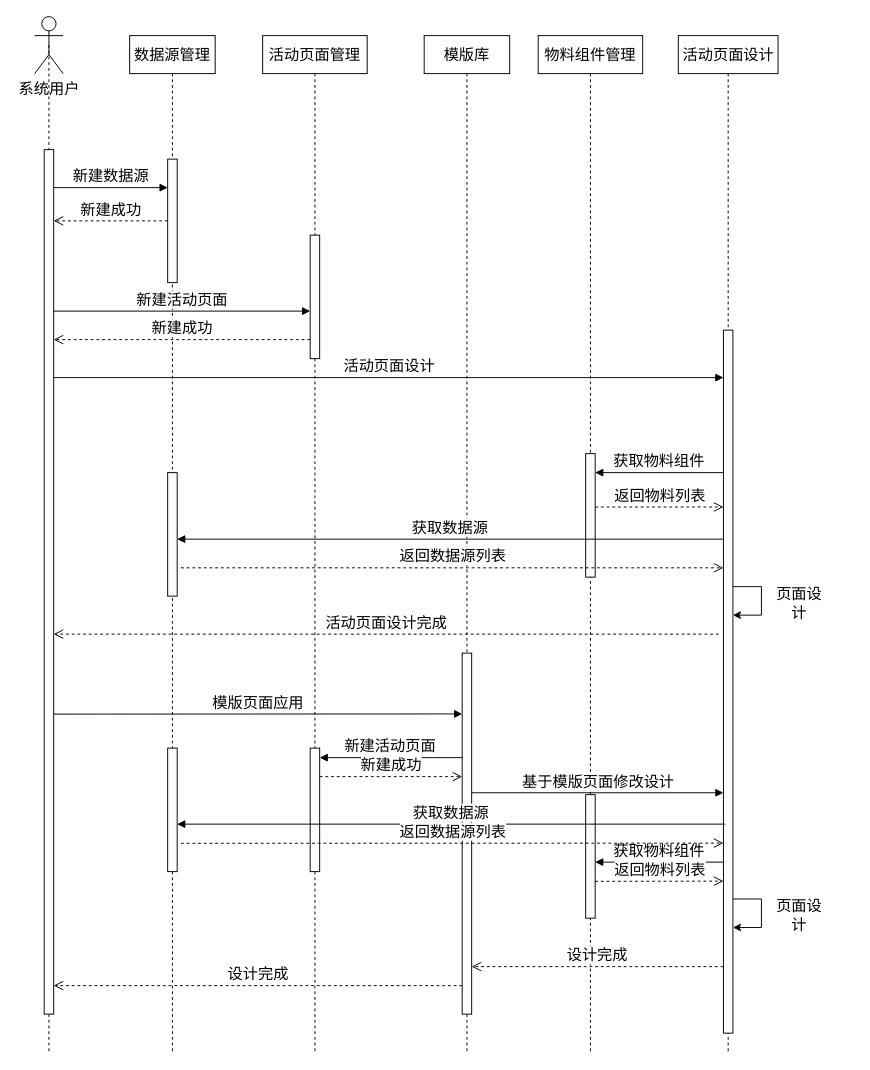
yuxinyu12345/diagrams keeps this draw.io diagram as 活动页面搭建时序图.drawio. Above is the earlier version. Source tidied: cells renumbered, new cells numbered last; positions are measured from the earlier drawing's top-left corner, leaving out a move shared by most shapes. Both pictures are drawn from the tidied source at 95%, with x=0, y=0 at pixel (34, 16).
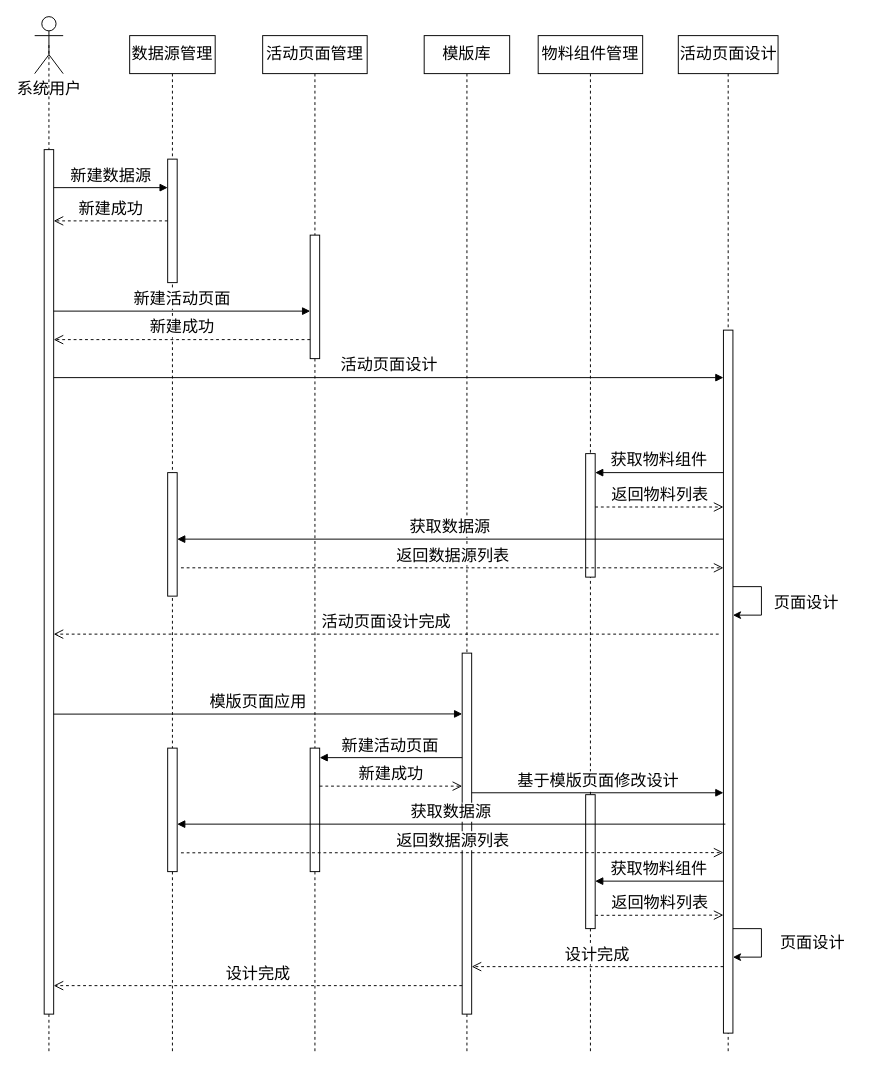
After the change.

Commit message (it also covers changes not shown here):
更新活动页面搭建时序图.drawio

The edit, as a diff of the source:
```diff
@@
-    <mxCell id="2" style="edgeStyle=orthogonalEdgeStyle;rounded=0;jettySize=auto;html=1;exitX=0.5;exitY=0.5;exitDx=0;exitDy=0;exitPerimeter=0;dashed=1;endArrow=none;endFill=0;fontSize=16;" parent="1" edge="1" source="3">
+    <mxCell id="2" style="edgeStyle=orthogonalEdgeStyle;rounded=0;jettySize=auto;html=1;exitX=0.5;exitY=0.5;exitDx=0;exitDy=0;exitPerimeter=0;dashed=1;endArrow=none;endFill=0;fontSize=17;" parent="1" edge="1" source="3">
       <mxGeometry relative="1" as="geometry">
         <mxPoint x="15" y="1090" as="targetPoint" />
       </mxGeometry>
     </mxCell>
-    <mxCell id="3" value="系统用户" style="shape=umlActor;verticalLabelPosition=bottom;verticalAlign=top;html=1;outlineConnect=0;fontSize=16;" parent="1" vertex="1">
+    <mxCell id="3" value="系统用户" style="shape=umlActor;verticalLabelPosition=bottom;verticalAlign=top;html=1;outlineConnect=0;fontSize=17;" parent="1" vertex="1">
       <mxGeometry width="30" height="60" as="geometry" />
     </mxCell>
-    <mxCell id="4" style="edgeStyle=orthogonalEdgeStyle;rounded=0;jettySize=auto;html=1;exitX=0.5;exitY=1;exitDx=0;exitDy=0;dashed=1;endArrow=none;endFill=0;fontSize=16;" parent="1" edge="1" source="5">
+    <mxCell id="4" style="edgeStyle=orthogonalEdgeStyle;rounded=0;jettySize=auto;html=1;exitX=0.5;exitY=1;exitDx=0;exitDy=0;dashed=1;endArrow=none;endFill=0;fontSize=17;" parent="1" edge="1" source="5">
       <mxGeometry relative="1" as="geometry">
         <mxPoint x="585" y="1090" as="targetPoint" />
       </mxGeometry>
     </mxCell>
-    <mxCell id="5" value="物料组件管理" style="rounded=0;whiteSpace=wrap;html=1;fontSize=16;" parent="1" vertex="1">
+    <mxCell id="5" value="物料组件管理" style="rounded=0;whiteSpace=wrap;html=1;fontSize=17;" parent="1" vertex="1">
       <mxGeometry x="530" y="20" width="110" height="40" as="geometry" />
     </mxCell>
-    <mxCell id="6" style="edgeStyle=orthogonalEdgeStyle;rounded=0;jettySize=auto;html=1;exitX=0.5;exitY=1;exitDx=0;exitDy=0;dashed=1;endArrow=none;endFill=0;fontSize=16;" parent="1" edge="1" source="7">
+    <mxCell id="6" style="edgeStyle=orthogonalEdgeStyle;rounded=0;jettySize=auto;html=1;exitX=0.5;exitY=1;exitDx=0;exitDy=0;dashed=1;endArrow=none;endFill=0;fontSize=17;" parent="1" edge="1" source="7">
       <mxGeometry relative="1" as="geometry">
         <mxPoint x="145" y="1090" as="targetPoint" />
       </mxGeometry>
     </mxCell>
-    <mxCell id="7" value="数据源管理" style="rounded=0;whiteSpace=wrap;html=1;fontSize=16;" parent="1" vertex="1">
+    <mxCell id="7" value="数据源管理" style="rounded=0;whiteSpace=wrap;html=1;fontSize=17;" parent="1" vertex="1">
       <mxGeometry x="100" y="20" width="90" height="40" as="geometry" />
     </mxCell>
-    <mxCell id="8" style="edgeStyle=orthogonalEdgeStyle;rounded=0;jettySize=auto;html=1;exitX=0.5;exitY=1;exitDx=0;exitDy=0;dashed=1;endArrow=none;endFill=0;fontSize=16;" parent="1" edge="1" source="9">
+    <mxCell id="8" style="edgeStyle=orthogonalEdgeStyle;rounded=0;jettySize=auto;html=1;exitX=0.5;exitY=1;exitDx=0;exitDy=0;dashed=1;endArrow=none;endFill=0;fontSize=17;" parent="1" edge="1" source="9">
       <mxGeometry relative="1" as="geometry">
         <mxPoint x="295" y="1090" as="targetPoint" />
       </mxGeometry>
     </mxCell>
-    <mxCell id="9" value="活动页面管理" style="rounded=0;whiteSpace=wrap;html=1;fontSize=16;" parent="1" vertex="1">
+    <mxCell id="9" value="活动页面管理" style="rounded=0;whiteSpace=wrap;html=1;fontSize=17;" parent="1" vertex="1">
       <mxGeometry x="240" y="20" width="110" height="40" as="geometry" />
     </mxCell>
-    <mxCell id="10" style="edgeStyle=orthogonalEdgeStyle;rounded=0;jettySize=auto;html=1;exitX=0.5;exitY=1;exitDx=0;exitDy=0;dashed=1;endArrow=none;endFill=0;fontSize=16;" parent="1" edge="1" source="11">
+    <mxCell id="10" style="edgeStyle=orthogonalEdgeStyle;rounded=0;jettySize=auto;html=1;exitX=0.5;exitY=1;exitDx=0;exitDy=0;dashed=1;endArrow=none;endFill=0;fontSize=17;" parent="1" edge="1" source="11">
       <mxGeometry relative="1" as="geometry">
         <mxPoint x="730" y="1090" as="targetPoint" />
       </mxGeometry>
     </mxCell>
-    <mxCell id="11" value="活动页面设计" style="rounded=0;whiteSpace=wrap;html=1;fontSize=16;" parent="1" vertex="1">
+    <mxCell id="11" value="活动页面设计" style="rounded=0;whiteSpace=wrap;html=1;fontSize=17;" parent="1" vertex="1">
       <mxGeometry x="677.5" y="20" width="105" height="40" as="geometry" />
     </mxCell>
-    <mxCell id="12" style="html=1;points=[[0,0,0,0,5],[0,1,0,0,-5],[1,0,0,0,5],[1,1,0,0,-5]];perimeter=orthogonalPerimeter;outlineConnect=0;targetShapes=umlLifeline;portConstraint=eastwest;newEdgeStyle={&quot;curved&quot;:0,&quot;rounded&quot;:0};fontSize=16;" parent="1" vertex="1">
+    <mxCell id="12" style="html=1;points=[[0,0,0,0,5],[0,1,0,0,-5],[1,0,0,0,5],[1,1,0,0,-5]];perimeter=orthogonalPerimeter;outlineConnect=0;targetShapes=umlLifeline;portConstraint=eastwest;newEdgeStyle={&quot;curved&quot;:0,&quot;rounded&quot;:0};fontSize=17;" parent="1" vertex="1">
       <mxGeometry x="10" y="140" width="10" height="910" as="geometry" />
     </mxCell>
-    <mxCell id="13" style="html=1;points=[[0,0,0,0,5],[0,1,0,0,-5],[1,0,0,0,5],[1,1,0,0,-5]];perimeter=orthogonalPerimeter;outlineConnect=0;targetShapes=umlLifeline;portConstraint=eastwest;newEdgeStyle={&quot;curved&quot;:0,&quot;rounded&quot;:0};fontSize=16;" parent="1" vertex="1">
+    <mxCell id="13" style="html=1;points=[[0,0,0,0,5],[0,1,0,0,-5],[1,0,0,0,5],[1,1,0,0,-5]];perimeter=orthogonalPerimeter;outlineConnect=0;targetShapes=umlLifeline;portConstraint=eastwest;newEdgeStyle={&quot;curved&quot;:0,&quot;rounded&quot;:0};fontSize=17;" parent="1" vertex="1">
       <mxGeometry x="140" y="150" width="10" height="130" as="geometry" />
     </mxCell>
-    <mxCell id="14" value="新建数据源" style="html=1;verticalAlign=bottom;endArrow=block;curved=0;rounded=0;fontSize=16;" parent="1" edge="1" target="13">
+    <mxCell id="14" value="新建数据源" style="html=1;verticalAlign=bottom;endArrow=block;curved=0;rounded=0;fontSize=17;" parent="1" edge="1" target="13">
       <mxGeometry relative="1" as="geometry">
         <mxPoint x="20" y="180" as="sourcePoint" />
       </mxGeometry>
     </mxCell>
-    <mxCell id="15" value="新建成功" style="html=1;verticalAlign=bottom;endArrow=open;dashed=1;endSize=8;curved=0;rounded=0;fontSize=16;" parent="1" edge="1" source="13" target="12">
+    <mxCell id="15" value="新建成功" style="html=1;verticalAlign=bottom;endArrow=open;dashed=1;endSize=8;curved=0;rounded=0;fontSize=17;" parent="1" edge="1" source="13" target="12">
       <mxGeometry relative="1" as="geometry" />
     </mxCell>
-    <mxCell id="16" style="edgeStyle=orthogonalEdgeStyle;rounded=0;jettySize=auto;html=1;exitX=0.5;exitY=1;exitDx=0;exitDy=0;dashed=1;endArrow=none;endFill=0;fontSize=16;" parent="1" edge="1" source="17">
+    <mxCell id="16" style="edgeStyle=orthogonalEdgeStyle;rounded=0;jettySize=auto;html=1;exitX=0.5;exitY=1;exitDx=0;exitDy=0;dashed=1;endArrow=none;endFill=0;fontSize=17;" parent="1" edge="1" source="17">
       <mxGeometry relative="1" as="geometry">
         <mxPoint x="455" y="1090" as="targetPoint" />
       </mxGeometry>
     </mxCell>
-    <mxCell id="17" value="模版库" style="rounded=0;whiteSpace=wrap;html=1;fontSize=16;" parent="1" vertex="1">
+    <mxCell id="17" value="模版库" style="rounded=0;whiteSpace=wrap;html=1;fontSize=17;" parent="1" vertex="1">
       <mxGeometry x="410" y="20" width="90" height="40" as="geometry" />
     </mxCell>
-    <mxCell id="18" style="html=1;points=[[0,0,0,0,5],[0,1,0,0,-5],[1,0,0,0,5],[1,1,0,0,-5]];perimeter=orthogonalPerimeter;outlineConnect=0;targetShapes=umlLifeline;portConstraint=eastwest;newEdgeStyle={&quot;curved&quot;:0,&quot;rounded&quot;:0};fontSize=16;" parent="1" vertex="1">
+    <mxCell id="18" style="html=1;points=[[0,0,0,0,5],[0,1,0,0,-5],[1,0,0,0,5],[1,1,0,0,-5]];perimeter=orthogonalPerimeter;outlineConnect=0;targetShapes=umlLifeline;portConstraint=eastwest;newEdgeStyle={&quot;curved&quot;:0,&quot;rounded&quot;:0};fontSize=17;" parent="1" vertex="1">
       <mxGeometry x="290" y="230" width="10" height="130" as="geometry" />
     </mxCell>
-    <mxCell id="19" value="新建活动页面" style="html=1;verticalAlign=bottom;endArrow=block;curved=0;rounded=0;fontSize=16;" parent="1" edge="1" target="18">
+    <mxCell id="19" value="新建活动页面" style="html=1;verticalAlign=bottom;endArrow=block;curved=0;rounded=0;fontSize=17;" parent="1" edge="1" target="18">
       <mxGeometry relative="1" as="geometry">
         <mxPoint x="20" y="310" as="sourcePoint" />
       </mxGeometry>
     </mxCell>
-    <mxCell id="20" value="新建成功" style="html=1;verticalAlign=bottom;endArrow=open;dashed=1;endSize=8;curved=0;rounded=0;fontSize=16;" parent="1" edge="1" source="18">
+    <mxCell id="20" value="新建成功" style="html=1;verticalAlign=bottom;endArrow=open;dashed=1;endSize=8;curved=0;rounded=0;fontSize=17;" parent="1" edge="1" source="18">
       <mxGeometry relative="1" as="geometry">
         <mxPoint x="20" y="340" as="targetPoint" />
       </mxGeometry>
     </mxCell>
-    <mxCell id="21" style="html=1;points=[[0,0,0,0,5],[0,1,0,0,-5],[1,0,0,0,5],[1,1,0,0,-5]];perimeter=orthogonalPerimeter;outlineConnect=0;targetShapes=umlLifeline;portConstraint=eastwest;newEdgeStyle={&quot;curved&quot;:0,&quot;rounded&quot;:0};fontSize=16;" parent="1" vertex="1">
+    <mxCell id="21" style="html=1;points=[[0,0,0,0,5],[0,1,0,0,-5],[1,0,0,0,5],[1,1,0,0,-5]];perimeter=orthogonalPerimeter;outlineConnect=0;targetShapes=umlLifeline;portConstraint=eastwest;newEdgeStyle={&quot;curved&quot;:0,&quot;rounded&quot;:0};fontSize=17;" parent="1" vertex="1">
       <mxGeometry x="725" y="330" width="10" height="740" as="geometry" />
     </mxCell>
-    <mxCell id="22" value="活动页面设计" style="html=1;verticalAlign=bottom;endArrow=block;curved=0;rounded=0;fontSize=16;" parent="1" edge="1" target="21">
+    <mxCell id="22" value="活动页面设计" style="html=1;verticalAlign=bottom;endArrow=block;curved=0;rounded=0;fontSize=17;" parent="1" edge="1" target="21">
       <mxGeometry relative="1" as="geometry">
         <mxPoint x="20" y="380" as="sourcePoint" />
       </mxGeometry>
     </mxCell>
-    <mxCell id="23" style="html=1;points=[[0,0,0,0,5],[0,1,0,0,-5],[1,0,0,0,5],[1,1,0,0,-5]];perimeter=orthogonalPerimeter;outlineConnect=0;targetShapes=umlLifeline;portConstraint=eastwest;newEdgeStyle={&quot;curved&quot;:0,&quot;rounded&quot;:0};fontSize=16;" parent="1" vertex="1">
+    <mxCell id="23" style="html=1;points=[[0,0,0,0,5],[0,1,0,0,-5],[1,0,0,0,5],[1,1,0,0,-5]];perimeter=orthogonalPerimeter;outlineConnect=0;targetShapes=umlLifeline;portConstraint=eastwest;newEdgeStyle={&quot;curved&quot;:0,&quot;rounded&quot;:0};fontSize=17;" parent="1" vertex="1">
       <mxGeometry x="140" y="480" width="10" height="130" as="geometry" />
     </mxCell>
-    <mxCell id="24" style="html=1;perimeter=orthogonalPerimeter;targetShapes=umlLifeline;newEdgeStyle={&quot;curved&quot;:0,&quot;rounded&quot;:0};fontSize=16;" parent="1" vertex="1">
+    <mxCell id="24" style="html=1;perimeter=orthogonalPerimeter;targetShapes=umlLifeline;newEdgeStyle={&quot;curved&quot;:0,&quot;rounded&quot;:0};fontSize=17;" parent="1" vertex="1">
       <mxGeometry x="580" y="460" width="10" height="130" as="geometry" />
     </mxCell>
-    <mxCell id="25" value="获取物料组件" style="html=1;verticalAlign=bottom;endArrow=block;curved=0;rounded=0;fontSize=16;" parent="1" edge="1">
+    <mxCell id="25" value="获取物料组件" style="html=1;verticalAlign=bottom;endArrow=block;curved=0;rounded=0;fontSize=17;" parent="1" edge="1">
       <mxGeometry relative="1" as="geometry">
         <mxPoint x="725" y="480" as="sourcePoint" />
         <mxPoint x="590" y="480" as="targetPoint" />
       </mxGeometry>
     </mxCell>
-    <mxCell id="26" value="获取数据源" style="html=1;verticalAlign=bottom;endArrow=block;curved=0;rounded=0;fontSize=16;" parent="1" edge="1" target="23">
+    <mxCell id="26" value="获取数据源" style="html=1;verticalAlign=bottom;endArrow=block;curved=0;rounded=0;fontSize=17;" parent="1" edge="1" target="23">
       <mxGeometry relative="1" as="geometry">
         <mxPoint x="725" y="550" as="sourcePoint" />
       </mxGeometry>
     </mxCell>
-    <mxCell id="27" value="返回物料列表" style="html=1;verticalAlign=bottom;endArrow=open;dashed=1;endSize=8;curved=0;rounded=0;fontSize=16;" parent="1" edge="1" target="21">
+    <mxCell id="27" value="返回物料列表" style="html=1;verticalAlign=bottom;endArrow=open;dashed=1;endSize=8;curved=0;rounded=0;fontSize=17;" parent="1" edge="1" target="21">
       <mxGeometry relative="1" as="geometry">
         <mxPoint x="590" y="516.2" as="sourcePoint" />
       </mxGeometry>
     </mxCell>
-    <mxCell id="28" value="返回数据源列表" style="html=1;verticalAlign=bottom;endArrow=open;dashed=1;endSize=8;curved=0;rounded=0;fontSize=16;" parent="1" edge="1" target="21">
+    <mxCell id="28" value="返回数据源列表" style="html=1;verticalAlign=bottom;endArrow=open;dashed=1;endSize=8;curved=0;rounded=0;fontSize=17;" parent="1" edge="1" target="21">
       <mxGeometry relative="1" as="geometry">
         <mxPoint x="154" y="580.2" as="sourcePoint" />
       </mxGeometry>
     </mxCell>
-    <mxCell id="29" style="endArrow=classic;html=1;rounded=0;fontSize=16;" parent="1" edge="1">
+    <mxCell id="29" style="endArrow=classic;html=1;rounded=0;fontSize=17;" parent="1" edge="1">
       <mxGeometry relative="1" as="geometry">
         <mxPoint x="735" y="600" as="sourcePoint" />
         <mxPoint x="735" y="630" as="targetPoint" />
         <Array as="points">
           <mxPoint x="765" y="600" />
           <mxPoint x="765" y="630" />
           <mxPoint x="735" y="630" />
         </Array>
       </mxGeometry>
     </mxCell>
-    <mxCell id="30" value="页面设计" style="text;html=1;align=center;verticalAlign=middle;whiteSpace=wrap;rounded=0;fontSize=16;" parent="1" vertex="1">
-      <mxGeometry x="775" y="602.5" width="60" height="30" as="geometry" />
+    <mxCell id="30" value="页面设计" style="text;html=1;align=center;verticalAlign=middle;whiteSpace=wrap;rounded=0;fontSize=17;" parent="1" vertex="1">
+      <mxGeometry x="775" y="602.5" width="75" height="30" as="geometry" />
     </mxCell>
-    <mxCell id="31" value="活动页面设计完成" style="html=1;verticalAlign=bottom;endArrow=open;dashed=1;endSize=8;curved=0;rounded=0;fontSize=16;" parent="1" edge="1">
+    <mxCell id="31" value="活动页面设计完成" style="html=1;verticalAlign=bottom;endArrow=open;dashed=1;endSize=8;curved=0;rounded=0;fontSize=17;" parent="1" edge="1">
       <mxGeometry relative="1" as="geometry">
         <mxPoint x="720" y="650" as="sourcePoint" />
         <mxPoint x="20" y="650" as="targetPoint" />
       </mxGeometry>
     </mxCell>
-    <mxCell id="32" style="html=1;points=[[0,0,0,0,5],[0,1,0,0,-5],[1,0,0,0,5],[1,1,0,0,-5]];perimeter=orthogonalPerimeter;outlineConnect=0;targetShapes=umlLifeline;portConstraint=eastwest;newEdgeStyle={&quot;curved&quot;:0,&quot;rounded&quot;:0};fontSize=16;" parent="1" vertex="1">
+    <mxCell id="32" style="html=1;points=[[0,0,0,0,5],[0,1,0,0,-5],[1,0,0,0,5],[1,1,0,0,-5]];perimeter=orthogonalPerimeter;outlineConnect=0;targetShapes=umlLifeline;portConstraint=eastwest;newEdgeStyle={&quot;curved&quot;:0,&quot;rounded&quot;:0};fontSize=17;" parent="1" vertex="1">
       <mxGeometry x="450" y="670" width="10" height="380" as="geometry" />
     </mxCell>
-    <mxCell id="33" value="模版页面应用" style="html=1;verticalAlign=bottom;endArrow=block;curved=0;rounded=0;fontSize=16;" parent="1" edge="1">
+    <mxCell id="33" value="模版页面应用" style="html=1;verticalAlign=bottom;endArrow=block;curved=0;rounded=0;fontSize=17;" parent="1" edge="1">
       <mxGeometry relative="1" as="geometry">
         <mxPoint x="20" y="734.2" as="sourcePoint" />
         <mxPoint x="450" y="734" as="targetPoint" />
       </mxGeometry>
     </mxCell>
-    <mxCell id="34" style="html=1;perimeter=orthogonalPerimeter;targetShapes=umlLifeline;newEdgeStyle={&quot;curved&quot;:0,&quot;rounded&quot;:0};fontSize=16;" parent="1" vertex="1">
+    <mxCell id="34" style="html=1;perimeter=orthogonalPerimeter;targetShapes=umlLifeline;newEdgeStyle={&quot;curved&quot;:0,&quot;rounded&quot;:0};fontSize=17;" parent="1" vertex="1">
       <mxGeometry x="290" y="770" width="10" height="130" as="geometry" />
     </mxCell>
-    <mxCell id="35" value="新建活动页面" style="html=1;verticalAlign=bottom;endArrow=block;curved=0;rounded=0;fontSize=16;" parent="1" edge="1" source="32">
+    <mxCell id="35" value="新建活动页面" style="html=1;verticalAlign=bottom;endArrow=block;curved=0;rounded=0;fontSize=17;" parent="1" edge="1" source="32">
       <mxGeometry x="0.01" relative="1" as="geometry">
         <mxPoint x="300" y="780" as="targetPoint" />
       </mxGeometry>
     </mxCell>
-    <mxCell id="36" value="新建成功" style="html=1;verticalAlign=bottom;endArrow=open;dashed=1;endSize=8;curved=0;rounded=0;fontSize=16;" parent="1" edge="1">
+    <mxCell id="36" value="新建成功" style="html=1;verticalAlign=bottom;endArrow=open;dashed=1;endSize=8;curved=0;rounded=0;fontSize=17;" parent="1" edge="1">
       <mxGeometry relative="1" as="geometry">
-        <mxPoint x="300" y="800" as="sourcePoint" />
-        <mxPoint x="450" y="800" as="targetPoint" />
+        <mxPoint x="300" y="810" as="sourcePoint" />
+        <mxPoint x="450" y="810" as="targetPoint" />
       </mxGeometry>
     </mxCell>
-    <mxCell id="37" style="html=1;perimeter=orthogonalPerimeter;targetShapes=umlLifeline;newEdgeStyle={&quot;curved&quot;:0,&quot;rounded&quot;:0};fontSize=16;" parent="1" vertex="1">
+    <mxCell id="37" style="html=1;perimeter=orthogonalPerimeter;targetShapes=umlLifeline;newEdgeStyle={&quot;curved&quot;:0,&quot;rounded&quot;:0};fontSize=17;" parent="1" vertex="1">
       <mxGeometry x="140" y="770" width="10" height="130" as="geometry" />
     </mxCell>
-    <mxCell id="38" style="html=1;perimeter=orthogonalPerimeter;targetShapes=umlLifeline;newEdgeStyle={&quot;curved&quot;:0,&quot;rounded&quot;:0};fontSize=16;" parent="1" vertex="1">
-      <mxGeometry x="580" y="819" width="10" height="130" as="geometry" />
+    <mxCell id="38" style="html=1;perimeter=orthogonalPerimeter;targetShapes=umlLifeline;newEdgeStyle={&quot;curved&quot;:0,&quot;rounded&quot;:0};fontSize=17;" parent="1" vertex="1">
+      <mxGeometry x="580" y="819" width="10" height="141" as="geometry" />
     </mxCell>
-    <mxCell id="39" value="获取物料组件" style="html=1;verticalAlign=bottom;endArrow=block;curved=0;rounded=0;fontSize=16;" parent="1" edge="1">
-      <mxGeometry relative="1" as="geometry">
-        <mxPoint x="725" y="890" as="sourcePoint" />
-        <mxPoint x="590" y="890" as="targetPoint" />
+    <mxCell id="39" value="获取物料组件" style="html=1;verticalAlign=bottom;endArrow=block;curved=0;rounded=0;fontSize=17;" parent="1" edge="1">
+      <mxGeometry x="0.01" relative="1" as="geometry">
+        <mxPoint x="725" y="910" as="sourcePoint" />
+        <mxPoint x="590" y="910" as="targetPoint" />
       </mxGeometry>
     </mxCell>
-    <mxCell id="40" value="获取数据源" style="html=1;verticalAlign=bottom;endArrow=block;curved=0;rounded=0;fontSize=16;" parent="1" edge="1">
+    <mxCell id="40" value="获取数据源" style="html=1;verticalAlign=bottom;endArrow=block;curved=0;rounded=0;fontSize=17;" parent="1" edge="1">
       <mxGeometry relative="1" as="geometry">
         <mxPoint x="727" y="850" as="sourcePoint" />
         <mxPoint x="150" y="850" as="targetPoint" />
       </mxGeometry>
     </mxCell>
-    <mxCell id="41" value="返回物料列表" style="html=1;verticalAlign=bottom;endArrow=open;dashed=1;endSize=8;curved=0;rounded=0;fontSize=16;" parent="1" edge="1">
-      <mxGeometry relative="1" as="geometry">
-        <mxPoint x="590" y="910.2" as="sourcePoint" />
-        <mxPoint x="725" y="910" as="targetPoint" />
+    <mxCell id="41" value="返回物料列表" style="html=1;verticalAlign=bottom;endArrow=open;dashed=1;endSize=8;curved=0;rounded=0;fontSize=17;" parent="1" edge="1">
+      <mxGeometry x="0.01" relative="1" as="geometry">
+        <mxPoint x="590" y="946" as="sourcePoint" />
+        <mxPoint x="725" y="945.8" as="targetPoint" />
       </mxGeometry>
     </mxCell>
-    <mxCell id="42" value="返回数据源列表" style="html=1;verticalAlign=bottom;endArrow=open;dashed=1;endSize=8;curved=0;rounded=0;fontSize=16;" parent="1" edge="1">
+    <mxCell id="42" value="返回数据源列表" style="html=1;verticalAlign=bottom;endArrow=open;dashed=1;endSize=8;curved=0;rounded=0;fontSize=17;" parent="1" edge="1">
       <mxGeometry relative="1" as="geometry">
-        <mxPoint x="154" y="870.2" as="sourcePoint" />
-        <mxPoint x="725" y="870" as="targetPoint" />
+        <mxPoint x="154" y="880.2" as="sourcePoint" />
+        <mxPoint x="725" y="880" as="targetPoint" />
       </mxGeometry>
     </mxCell>
-    <mxCell id="43" value="基于模版页面修改设计" style="html=1;verticalAlign=bottom;endArrow=block;curved=0;rounded=0;fontSize=16;" parent="1" edge="1" target="21">
+    <mxCell id="43" value="基于模版页面修改设计" style="html=1;verticalAlign=bottom;endArrow=block;curved=0;rounded=0;fontSize=17;" parent="1" edge="1" target="21">
       <mxGeometry relative="1" as="geometry">
         <mxPoint x="460" y="817" as="sourcePoint" />
       </mxGeometry>
     </mxCell>
-    <mxCell id="44" style="endArrow=classic;html=1;rounded=0;fontSize=16;" parent="1" edge="1">
+    <mxCell id="44" style="endArrow=classic;html=1;rounded=0;fontSize=17;" parent="1" edge="1">
       <mxGeometry relative="1" as="geometry">
-        <mxPoint x="735" y="928.8" as="sourcePoint" />
-        <mxPoint x="735" y="958.8" as="targetPoint" />
+        <mxPoint x="735" y="960" as="sourcePoint" />
+        <mxPoint x="735" y="990" as="targetPoint" />
         <Array as="points">
-          <mxPoint x="765" y="928.8" />
-          <mxPoint x="765" y="958.8" />
-          <mxPoint x="735" y="958.8" />
+          <mxPoint x="765" y="960" />
+          <mxPoint x="765" y="990" />
+          <mxPoint x="735" y="990" />
         </Array>
       </mxGeometry>
     </mxCell>
-    <mxCell id="45" value="页面设计" style="text;html=1;align=center;verticalAlign=middle;whiteSpace=wrap;rounded=0;fontSize=16;" parent="1" vertex="1">
-      <mxGeometry x="775" y="931.2" width="60" height="30" as="geometry" />
+    <mxCell id="45" value="页面设计" style="text;html=1;align=center;verticalAlign=middle;whiteSpace=wrap;rounded=0;fontSize=17;" parent="1" vertex="1">
+      <mxGeometry x="775" y="961.2" width="87.5" height="30" as="geometry" />
     </mxCell>
-    <mxCell id="46" value="设计完成" style="html=1;verticalAlign=bottom;endArrow=open;dashed=1;endSize=8;curved=0;rounded=0;fontSize=16;" parent="1" edge="1" source="21">
+    <mxCell id="46" value="设计完成" style="html=1;verticalAlign=bottom;endArrow=open;dashed=1;endSize=8;curved=0;rounded=0;fontSize=17;" parent="1" edge="1" source="21">
       <mxGeometry relative="1" as="geometry">
         <mxPoint x="460" y="1000" as="targetPoint" />
       </mxGeometry>
     </mxCell>
-    <mxCell id="47" value="设计完成" style="html=1;verticalAlign=bottom;endArrow=open;dashed=1;endSize=8;curved=0;rounded=0;fontSize=16;" parent="1" edge="1">
+    <mxCell id="47" value="设计完成" style="html=1;verticalAlign=bottom;endArrow=open;dashed=1;endSize=8;curved=0;rounded=0;fontSize=17;" parent="1" edge="1">
       <mxGeometry relative="1" as="geometry">
         <mxPoint x="450" y="1020" as="sourcePoint" />
         <mxPoint x="20" y="1020" as="targetPoint" />
       </mxGeometry>
     </mxCell>
```
